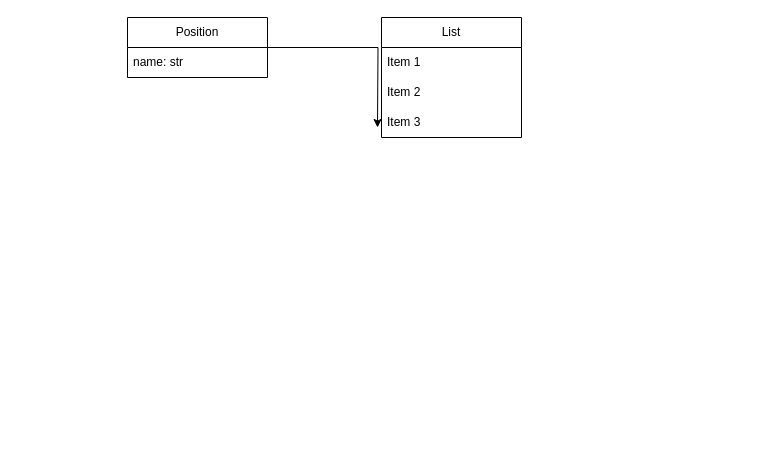
Vitalii2906/task_manager keeps this draw.io diagram as task_manager.drawio. Above is the earlier version. Source tidied: cells renumbered, new cells numbered last; positions are measured from the earlier drawing's top-left corner, leaving out a move shared by most shapes. Both pictures are drawn from the tidied source at 100%, with x=0, y=0 at pixel (127, 17).
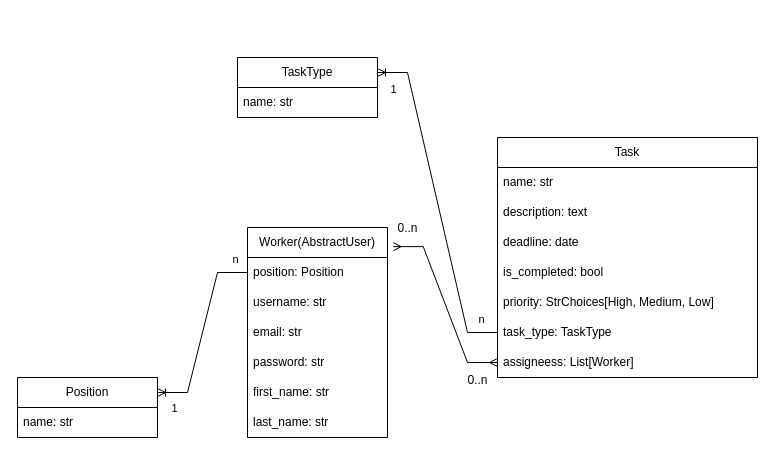
Above is the later version.

What changed in the source:
```diff
@@
-    <mxCell id="2" style="edgeStyle=orthogonalEdgeStyle;rounded=0;jettySize=auto;html=1;" parent="1" edge="1" source="3">
-      <mxGeometry relative="1" as="geometry">
-        <mxPoint x="250" y="110" as="targetPoint" />
-      </mxGeometry>
-    </mxCell>
     <mxCell id="3" value="Position" style="swimlane;fontStyle=0;horizontal=1;startSize=30;whiteSpace=wrap;html=1;" parent="1" vertex="1">
-      <mxGeometry width="140" height="60" as="geometry" />
+      <mxGeometry x="-110" y="360" width="140" height="60" as="geometry" />
     </mxCell>
@@
-    <mxCell id="5" value="List" style="swimlane;fontStyle=0;horizontal=1;startSize=30;whiteSpace=wrap;html=1;" parent="1" vertex="1">
-      <mxGeometry x="254" width="140" height="120" as="geometry" />
+    <mxCell id="5" value="Worker(AbstractUser)" style="swimlane;fontStyle=0;horizontal=1;startSize=30;whiteSpace=wrap;html=1;" parent="1" vertex="1">
+      <mxGeometry x="120" y="210" width="140" height="210" as="geometry" />
     </mxCell>
-    <mxCell id="6" value="Item 1" style="text;strokeColor=none;fillColor=none;align=left;verticalAlign=middle;spacingLeft=4;spacingRight=4;overflow=hidden;points=[[0,0.5],[1,0.5]];portConstraint=eastwest;whiteSpace=wrap;html=1;" parent="5" vertex="1">
+    <mxCell id="6" value="position: Position" style="text;strokeColor=none;fillColor=none;align=left;verticalAlign=middle;spacingLeft=4;spacingRight=4;overflow=hidden;points=[[0,0.5],[1,0.5]];portConstraint=eastwest;whiteSpace=wrap;html=1;" parent="5" vertex="1">
       <mxGeometry y="30" width="140" height="30" as="geometry" />
     </mxCell>
-    <mxCell id="7" value="Item 2" style="text;strokeColor=none;fillColor=none;align=left;verticalAlign=middle;spacingLeft=4;spacingRight=4;overflow=hidden;whiteSpace=wrap;html=1;" parent="5" vertex="1">
+    <mxCell id="7" value="username: str" style="text;strokeColor=none;fillColor=none;align=left;verticalAlign=middle;spacingLeft=4;spacingRight=4;overflow=hidden;whiteSpace=wrap;html=1;" parent="5" vertex="1">
       <mxGeometry y="60" width="140" height="30" as="geometry" />
     </mxCell>
-    <mxCell id="8" value="Item 3" style="text;strokeColor=none;fillColor=none;align=left;verticalAlign=middle;spacingLeft=4;spacingRight=4;overflow=hidden;whiteSpace=wrap;html=1;" parent="5" vertex="1">
+    <mxCell id="8" value="email: str" style="text;strokeColor=none;fillColor=none;align=left;verticalAlign=middle;spacingLeft=4;spacingRight=4;overflow=hidden;whiteSpace=wrap;html=1;" parent="5" vertex="1">
       <mxGeometry y="90" width="140" height="30" as="geometry" />
     </mxCell>
+    <mxCell id="9" value="password: str" style="text;strokeColor=none;fillColor=none;align=left;verticalAlign=middle;spacingLeft=4;spacingRight=4;overflow=hidden;whiteSpace=wrap;html=1;" parent="5" vertex="1">
+      <mxGeometry y="120" width="140" height="30" as="geometry" />
+    </mxCell>
+    <mxCell id="10" value="first_name: str" style="text;strokeColor=none;fillColor=none;align=left;verticalAlign=middle;spacingLeft=4;spacingRight=4;overflow=hidden;whiteSpace=wrap;html=1;" parent="5" vertex="1">
+      <mxGeometry y="150" width="140" height="30" as="geometry" />
+    </mxCell>
+    <mxCell id="11" value="last_name: str" style="text;strokeColor=none;fillColor=none;align=left;verticalAlign=middle;spacingLeft=4;spacingRight=4;overflow=hidden;whiteSpace=wrap;html=1;" parent="5" vertex="1">
+      <mxGeometry y="180" width="140" height="30" as="geometry" />
+    </mxCell>
+    <mxCell id="12" value="Task" style="swimlane;fontStyle=0;horizontal=1;startSize=30;whiteSpace=wrap;html=1;" parent="1" vertex="1">
+      <mxGeometry x="370" y="120" width="260" height="240" as="geometry" />
+    </mxCell>
+    <mxCell id="13" value="name: str" style="text;strokeColor=none;fillColor=none;align=left;verticalAlign=middle;spacingLeft=4;spacingRight=4;overflow=hidden;whiteSpace=wrap;html=1;" parent="12" vertex="1">
+      <mxGeometry y="30" width="260" height="30" as="geometry" />
+    </mxCell>
+    <mxCell id="14" value="description: text" style="text;strokeColor=none;fillColor=none;align=left;verticalAlign=middle;spacingLeft=4;spacingRight=4;overflow=hidden;whiteSpace=wrap;html=1;" parent="12" vertex="1">
+      <mxGeometry y="60" width="260" height="30" as="geometry" />
+    </mxCell>
+    <mxCell id="15" value="deadline: date" style="text;strokeColor=none;fillColor=none;align=left;verticalAlign=middle;spacingLeft=4;spacingRight=4;overflow=hidden;whiteSpace=wrap;html=1;" parent="12" vertex="1">
+      <mxGeometry y="90" width="260" height="30" as="geometry" />
+    </mxCell>
+    <mxCell id="16" value="is_completed: bool" style="text;strokeColor=none;fillColor=none;align=left;verticalAlign=middle;spacingLeft=4;spacingRight=4;overflow=hidden;whiteSpace=wrap;html=1;" parent="12" vertex="1">
+      <mxGeometry y="120" width="260" height="30" as="geometry" />
+    </mxCell>
+    <mxCell id="17" value="priority: StrChoices[High, Medium, Low]" style="text;strokeColor=none;fillColor=none;align=left;verticalAlign=middle;spacingLeft=4;spacingRight=4;overflow=hidden;whiteSpace=wrap;html=1;" parent="12" vertex="1">
+      <mxGeometry y="150" width="260" height="30" as="geometry" />
+    </mxCell>
+    <mxCell id="18" value="task_type: TaskType" style="text;strokeColor=none;fillColor=none;align=left;verticalAlign=middle;spacingLeft=4;spacingRight=4;overflow=hidden;points=[[0,0.5],[1,0.5]];portConstraint=eastwest;whiteSpace=wrap;html=1;" parent="12" vertex="1">
+      <mxGeometry y="180" width="260" height="30" as="geometry" />
+    </mxCell>
+    <mxCell id="19" value="assigneess: List[Worker]" style="text;strokeColor=none;fillColor=none;align=left;verticalAlign=middle;spacingLeft=4;spacingRight=4;overflow=hidden;points=[[0,0.5],[1,0.5]];portConstraint=eastwest;whiteSpace=wrap;html=1;" parent="12" vertex="1">
+      <mxGeometry y="210" width="260" height="30" as="geometry" />
+    </mxCell>
+    <mxCell id="20" style="edgeStyle=entityRelationEdgeStyle;fontSize=12;html=1;endArrow=ERoneToMany;rounded=0;exitX=0;exitY=0.5;exitDx=0;exitDy=0;entryX=1;entryY=0.25;entryDx=0;entryDy=0;" parent="1" edge="1" source="6" target="3">
+      <mxGeometry relative="1" as="geometry">
+        <Array as="points">
+          <mxPoint y="255" />
+          <mxPoint x="80" y="330" />
+          <mxPoint x="70" y="318" />
+          <mxPoint x="110" y="340" />
+        </Array>
+      </mxGeometry>
+    </mxCell>
+    <mxCell id="21" value="1" style="edgeLabel;html=1;align=center;verticalAlign=middle;" parent="20" vertex="1">
+      <mxGeometry x="0.82" y="-1" relative="1" as="geometry">
+        <mxPoint y="16" as="offset" />
+      </mxGeometry>
+    </mxCell>
+    <mxCell id="22" value="n" style="edgeLabel;html=1;align=center;verticalAlign=middle;" parent="20" vertex="1">
+      <mxGeometry x="-0.86" y="-4" relative="1" as="geometry">
+        <mxPoint y="-10" as="offset" />
+      </mxGeometry>
+    </mxCell>
+    <mxCell id="23" style="edgeStyle=entityRelationEdgeStyle;fontSize=12;html=1;endArrow=ERmany;startArrow=ERmany;rounded=0;entryX=0;entryY=0.5;entryDx=0;entryDy=0;exitX=1.041;exitY=0.091;exitDx=0;exitDy=0;exitPerimeter=0;" parent="1" edge="1" source="5" target="19">
+      <mxGeometry relative="1" as="geometry" />
+    </mxCell>
+    <mxCell id="24" value="0..n" style="text;html=1;align=center;verticalAlign=middle;strokeColor=none;fillColor=none;" parent="1" vertex="1">
+      <mxGeometry x="260" y="196" width="40" height="30" as="geometry" />
+    </mxCell>
+    <mxCell id="25" value="0..n" style="text;html=1;align=center;verticalAlign=middle;strokeColor=none;fillColor=none;" parent="1" vertex="1">
+      <mxGeometry x="330" y="348" width="40" height="30" as="geometry" />
+    </mxCell>
+    <mxCell id="26" value="TaskType" style="swimlane;fontStyle=0;horizontal=1;startSize=30;whiteSpace=wrap;html=1;" parent="1" vertex="1">
+      <mxGeometry x="110" y="40" width="140" height="60" as="geometry" />
+    </mxCell>
+    <mxCell id="27" value="name: str" style="text;strokeColor=none;fillColor=none;align=left;verticalAlign=middle;spacingLeft=4;spacingRight=4;overflow=hidden;whiteSpace=wrap;html=1;" parent="26" vertex="1">
+      <mxGeometry y="30" width="140" height="30" as="geometry" />
+    </mxCell>
+    <mxCell id="28" style="edgeStyle=entityRelationEdgeStyle;fontSize=12;html=1;endArrow=ERoneToMany;rounded=0;exitX=0;exitY=0.5;exitDx=0;exitDy=0;entryX=1;entryY=0.25;entryDx=0;entryDy=0;" parent="1" edge="1" source="18" target="26">
+      <mxGeometry relative="1" as="geometry">
+        <Array as="points">
+          <mxPoint x="200" y="60" />
+          <mxPoint x="280" y="135" />
+          <mxPoint x="270" y="123" />
+          <mxPoint x="310" y="145" />
+        </Array>
+      </mxGeometry>
+    </mxCell>
+    <mxCell id="29" value="1" style="edgeLabel;html=1;align=center;verticalAlign=middle;" parent="28" vertex="1">
+      <mxGeometry x="0.82" y="-1" relative="1" as="geometry">
+        <mxPoint x="-14" y="17" as="offset" />
+      </mxGeometry>
+    </mxCell>
+    <mxCell id="30" value="n" style="edgeLabel;html=1;align=center;verticalAlign=middle;" parent="28" vertex="1">
+      <mxGeometry x="-0.86" y="-4" relative="1" as="geometry">
+        <mxPoint x="6" y="-10" as="offset" />
+      </mxGeometry>
+    </mxCell>
```
